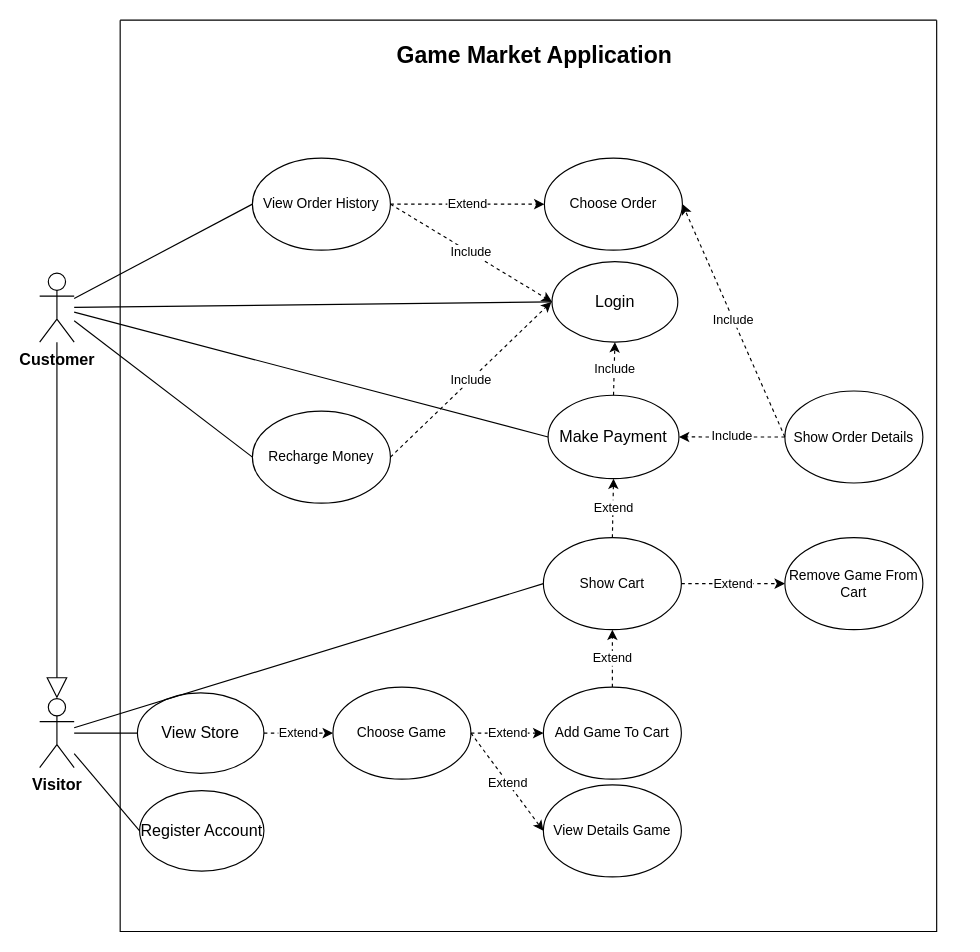
Before: Diagram/Use Case Diagram/UseCasesOverall.drawio in hiusnguyen201/Game-Market-Application, a draw.io diagram. Source tidied: cells renumbered, new cells numbered last; positions are measured from the earlier drawing's top-left corner, leaving out a move shared by most shapes. Both pictures are drawn from the tidied source at 115%, with x=0, y=0 at pixel (39, 20).
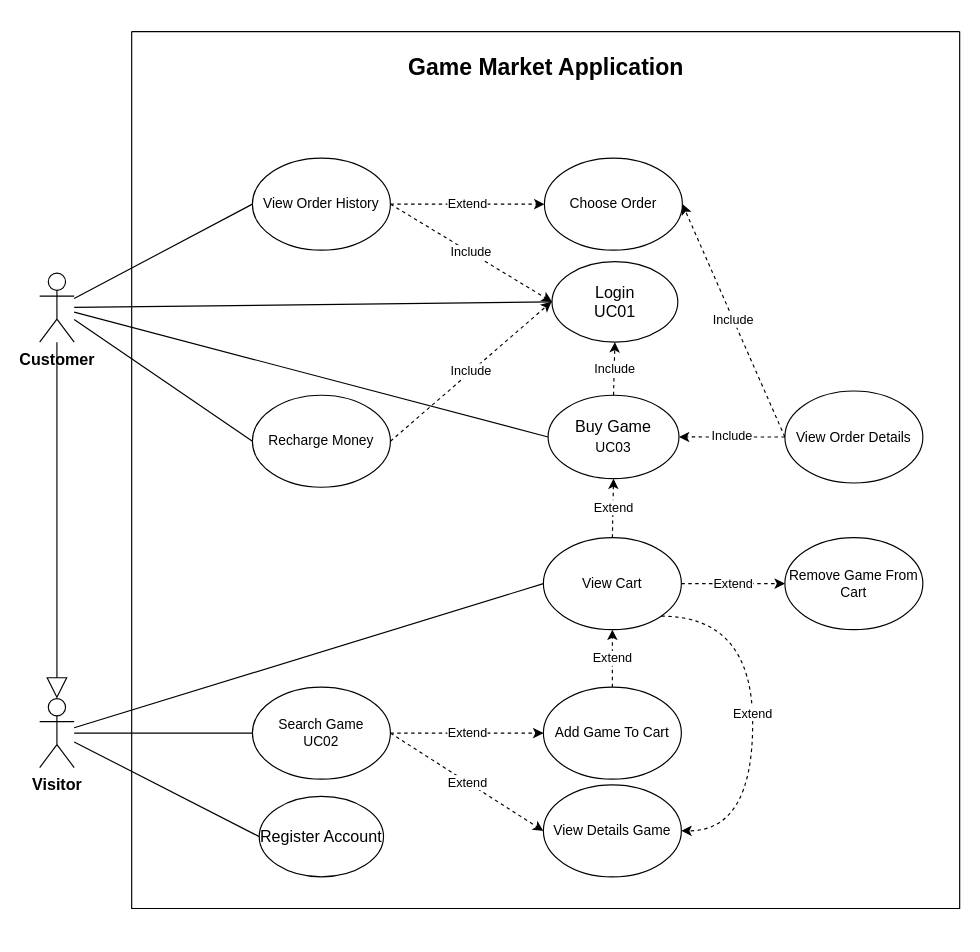
The same page after the edit.

The change refers to these unchanged cells:
```xml
<mxCell id="4" value="&lt;b style=&quot;font-size: 14px;&quot;&gt;Customer&lt;/b&gt;" style="shape=umlActor;verticalLabelPosition=bottom;verticalAlign=top;html=1;outlineConnect=0;fontSize=14;" parent="1" vertex="1">
  <mxGeometry y="220" width="30" height="60" as="geometry" />
</mxCell>
<mxCell id="9" value="&lt;b style=&quot;font-size: 14px;&quot;&gt;Visitor&lt;/b&gt;" style="shape=umlActor;verticalLabelPosition=bottom;verticalAlign=top;html=1;outlineConnect=0;fontSize=14;" parent="1" vertex="1">
  <mxGeometry y="590" width="30" height="60" as="geometry" />
</mxCell>
<mxCell id="18" value="View Details Game" style="ellipse;whiteSpace=wrap;html=1;" parent="1" vertex="1">
  <mxGeometry x="438" y="665" width="120" height="80" as="geometry" />
</mxCell>
```

The edit, as a diff of the source:
```diff
@@
-    <mxCell id="2" value="View Store" style="ellipse;whiteSpace=wrap;html=1;fontSize=14;" parent="1" vertex="1">
-      <mxGeometry x="85" y="585" width="110" height="70" as="geometry" />
-    </mxCell>
     <mxCell id="3" value="Register Account" style="ellipse;whiteSpace=wrap;html=1;fontSize=14;" parent="1" vertex="1">
-      <mxGeometry x="86.9" y="670" width="108.1" height="70" as="geometry" />
+      <mxGeometry x="190.9" y="675" width="108.1" height="70" as="geometry" />
     </mxCell>
@@
-    <mxCell id="5" value="Make Payment" style="ellipse;whiteSpace=wrap;html=1;fontSize=14;" parent="1" vertex="1">
+    <mxCell id="5" value="Buy Game&lt;br&gt;&lt;span style=&quot;font-size: 12px;&quot;&gt;UC03&lt;/span&gt;" style="ellipse;whiteSpace=wrap;html=1;fontSize=14;" parent="1" vertex="1">
       <mxGeometry x="442.1" y="326.2" width="113.8" height="72.5" as="geometry" />
     </mxCell>
@@
-    <mxCell id="7" style="endArrow=none;html=1;rounded=0;fontSize=14;entryX=0;entryY=0.5;entryDx=0;entryDy=0;" parent="1" edge="1" source="9" target="2">
+    <mxCell id="7" style="endArrow=none;html=1;rounded=0;fontSize=14;entryX=0;entryY=0.5;entryDx=0;entryDy=0;" parent="1" edge="1" source="9" target="19">
       <mxGeometry relative="1" as="geometry" />
     </mxCell>
-    <mxCell id="8" style="endArrow=none;html=1;rounded=0;fontSize=14;entryX=0;entryY=0.5;entryDx=0;entryDy=0;" parent="1" edge="1" source="4" target="5">
-      <mxGeometry relative="1" as="geometry" />
-    </mxCell>
@@
-    <mxCell id="12" value="Login" style="ellipse;whiteSpace=wrap;html=1;fontSize=14;" parent="1" vertex="1">
+    <mxCell id="12" value="Login&lt;br&gt;UC01" style="ellipse;whiteSpace=wrap;html=1;fontSize=14;" parent="1" vertex="1">
       <mxGeometry x="445.5" y="210" width="109.4" height="70" as="geometry" />
     </mxCell>
@@
     <mxCell id="14" style="swimlane;startSize=0;fontSize=14;" parent="1" vertex="1">
-      <mxGeometry x="70" width="710" height="792.5" as="geometry" />
+      <mxGeometry x="80" y="10" width="720" height="762.5" as="geometry" />
     </mxCell>
@@
-    <mxCell id="19" value="Choose Game" style="ellipse;whiteSpace=wrap;html=1;" parent="1" vertex="1">
-      <mxGeometry x="255" y="580" width="120" height="80" as="geometry" />
+    <mxCell id="19" value="Search Game&lt;br&gt;UC02" style="ellipse;whiteSpace=wrap;html=1;" parent="1" vertex="1">
+      <mxGeometry x="185" y="580" width="120" height="80" as="geometry" />
     </mxCell>
@@
-    <mxCell id="22" value="Show Order Details" style="ellipse;whiteSpace=wrap;html=1;" parent="1" vertex="1">
+    <mxCell id="22" value="View Order Details" style="ellipse;whiteSpace=wrap;html=1;" parent="1" vertex="1">
       <mxGeometry x="648" y="322.5" width="120" height="80" as="geometry" />
     </mxCell>
-    <mxCell id="23" value="Show Cart" style="ellipse;whiteSpace=wrap;html=1;" parent="1" vertex="1">
+    <mxCell id="23" value="View Cart&lt;br&gt;" style="ellipse;whiteSpace=wrap;html=1;" parent="1" vertex="1">
       <mxGeometry x="438" y="450" width="120" height="80" as="geometry" />
     </mxCell>
@@
-    <mxCell id="26" value="Extend" style="endArrow=classic;html=1;rounded=0;dashed=1;exitX=1;exitY=0.5;exitDx=0;exitDy=0;entryX=0;entryY=0.5;entryDx=0;entryDy=0;" parent="1" edge="1" source="2" target="19">
-      <mxGeometry relative="1" as="geometry" />
-    </mxCell>
@@
     <mxCell id="34" value="Recharge Money" style="ellipse;whiteSpace=wrap;html=1;" parent="1" vertex="1">
-      <mxGeometry x="185" y="340" width="120" height="80" as="geometry" />
+      <mxGeometry x="185" y="326.2" width="120" height="80" as="geometry" />
     </mxCell>
@@
+    <mxCell id="26" value="Extend" style="endArrow=classic;html=1;rounded=0;dashed=1;exitX=1;exitY=1;exitDx=0;exitDy=0;entryX=1;entryY=0.5;entryDx=0;entryDy=0;edgeStyle=orthogonalEdgeStyle;curved=1;" parent="1" edge="1" source="23" target="18">
+      <mxGeometry relative="1" as="geometry">
+        <Array as="points">
+          <mxPoint x="620" y="518" />
+          <mxPoint x="620" y="705" />
+        </Array>
+      </mxGeometry>
+    </mxCell>
+    <mxCell id="8" style="endArrow=none;html=1;rounded=0;fontSize=14;entryX=0;entryY=0.5;entryDx=0;entryDy=0;" parent="1" edge="1" source="4" target="5">
+      <mxGeometry relative="1" as="geometry" />
+    </mxCell>
```
